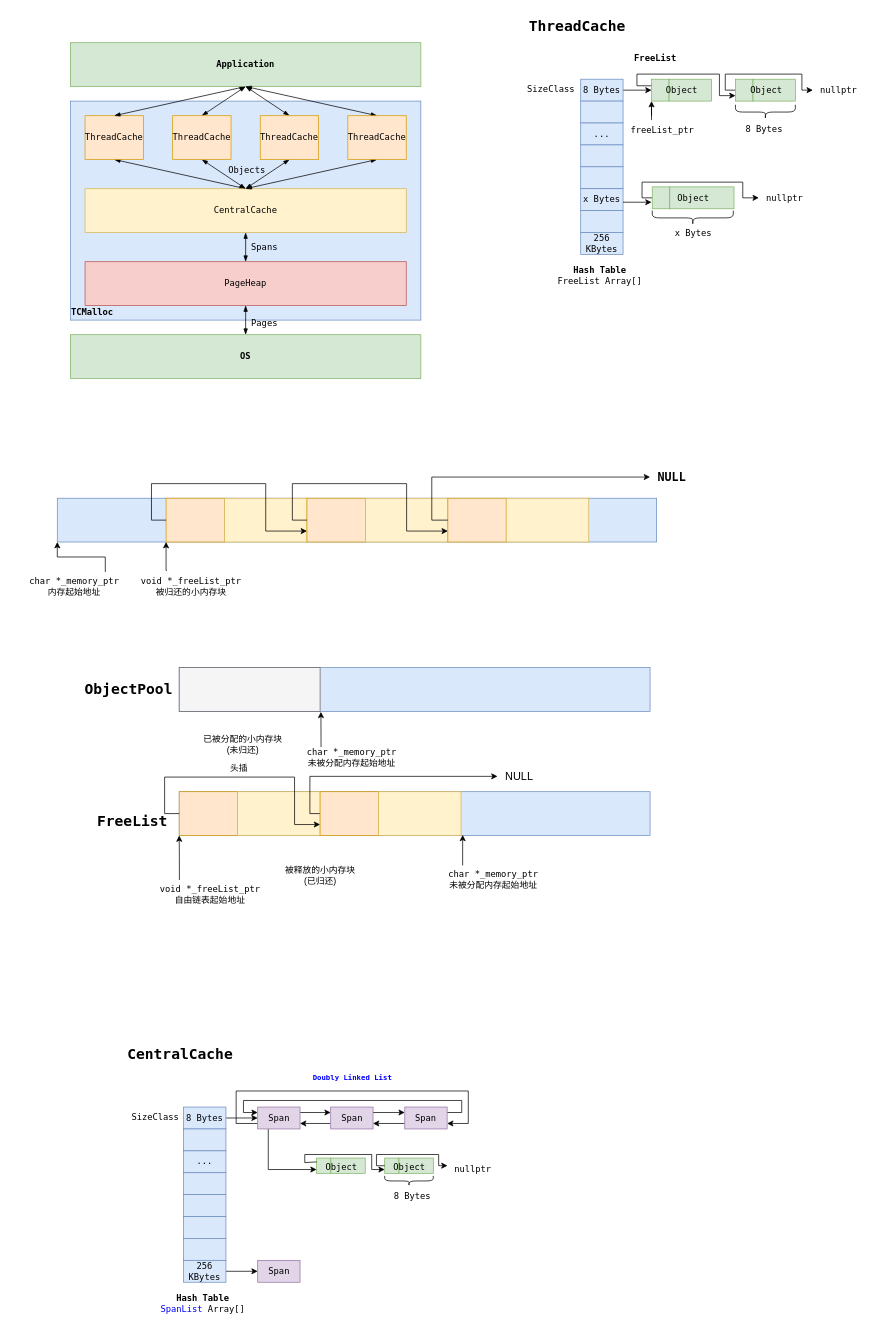
Earlier version of the draw.io diagram page "第 1 页" (1 of 2) of 算法/TCMalloc.drawio (xyshawy/DRAW). Source tidied: cells renumbered, new cells numbered last; positions are measured from the earlier drawing's top-left corner, leaving out a move shared by most shapes. Both pictures are drawn from the tidied source at 73%, with x=0, y=0 at pixel (12, 12).
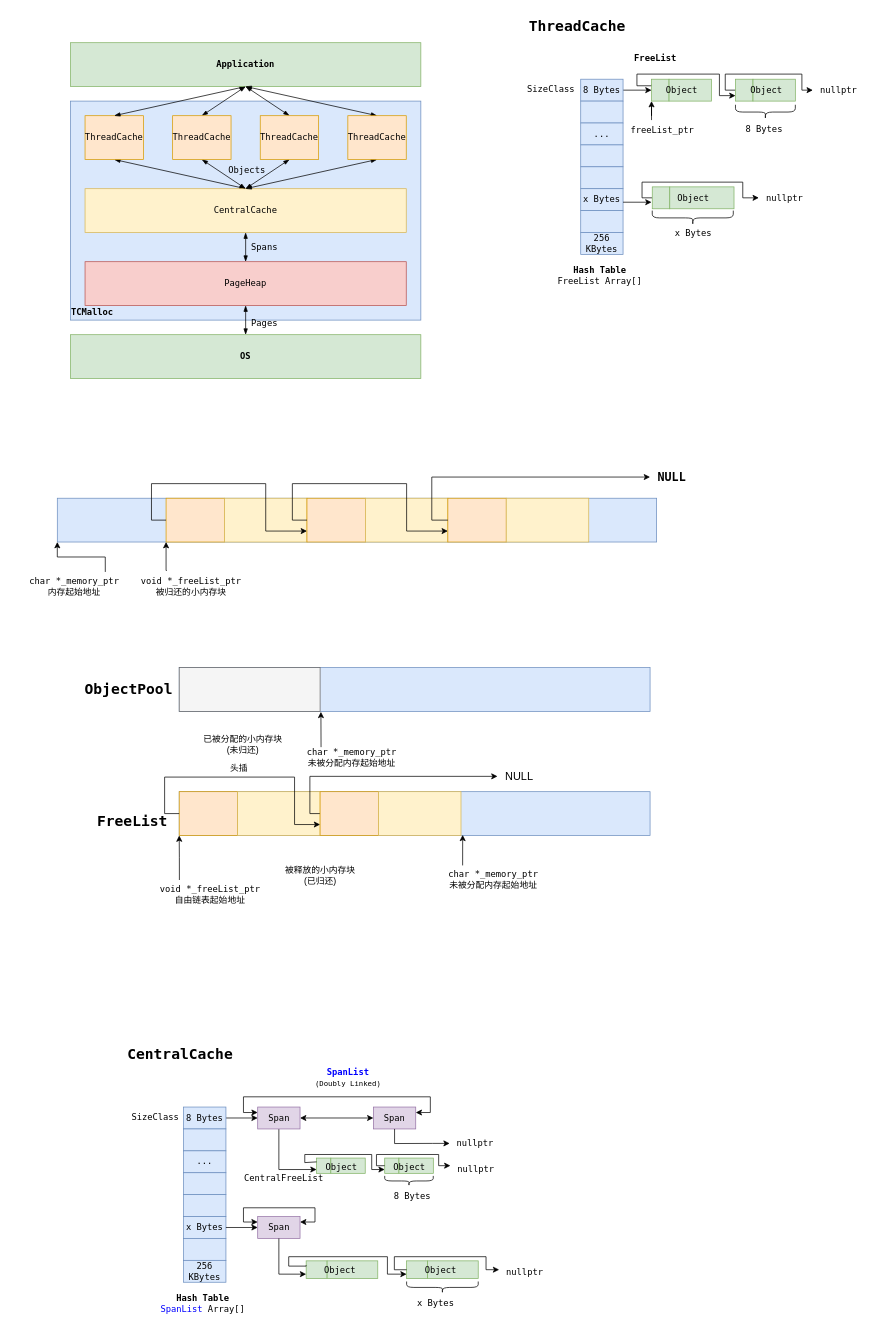
After the change.

Unchanged cells that the change refers to:
```xml
<mxCell id="104" value="256 KBytes" style="rounded=0;whiteSpace=wrap;html=1;fontFamily=Lucida Console;fillColor=#dae8fc;strokeColor=#6c8ebf;direction=south;" parent="1" vertex="1">
  <mxGeometry x="234" y="1709" width="58" height="30" as="geometry" />
</mxCell>
<mxCell id="111" value="Span" style="rounded=0;whiteSpace=wrap;html=1;fontFamily=Lucida Console;fillColor=#e1d5e7;strokeColor=#9673a6;direction=south;" parent="1" vertex="1">
  <mxGeometry x="335.5" y="1499" width="58" height="30" as="geometry" />
</mxCell>
<mxCell id="119" style="rounded=0;whiteSpace=wrap;html=1;fontFamily=Lucida Console;fillColor=#d5e8d4;strokeColor=#82b366;direction=south;" parent="118" vertex="1">
  <mxGeometry x="16.2" y="4.9" width="19.5" height="20.9" as="geometry" />
</mxCell>
```

What changed in the source:
```diff
@@
-    <mxCell id="101" style="rounded=0;whiteSpace=wrap;html=1;fontFamily=Lucida Console;fillColor=#dae8fc;strokeColor=#6c8ebf;direction=south;" parent="1" vertex="1">
+    <mxCell id="101" value="x Bytes" style="rounded=0;whiteSpace=wrap;html=1;fontFamily=Lucida Console;fillColor=#dae8fc;strokeColor=#6c8ebf;direction=south;" parent="1" vertex="1">
       <mxGeometry x="234" y="1649" width="58" height="30" as="geometry" />
     </mxCell>
@@
-    <mxCell id="103" style="edgeStyle=orthogonalEdgeStyle;rounded=0;jettySize=auto;html=1;exitX=0.5;exitY=0;exitDx=0;exitDy=0;" parent="1" edge="1" source="104" target="131">
+    <mxCell id="103" style="edgeStyle=orthogonalEdgeStyle;rounded=0;jettySize=auto;html=1;exitX=0.5;exitY=0;exitDx=0;exitDy=0;" parent="1" edge="1" source="101" target="131">
       <mxGeometry relative="1" as="geometry" />
     </mxCell>
@@
-    <mxCell id="105" value="&lt;font face=&quot;Lucida Console&quot;&gt;&lt;b&gt;Hash Table&lt;/b&gt;&lt;br&gt;&lt;font color=&quot;#0000ff&quot;&gt;SpanList &lt;/font&gt;Array[]&lt;/font&gt;" style="text;html=1;align=center;verticalAlign=middle;strokeColor=none;fillColor=none;" parent="1" vertex="1">
+    <mxCell id="105" value="&lt;font face=&quot;Lucida Console&quot;&gt;&lt;b&gt;Hash Table&lt;/b&gt;&lt;br&gt;&lt;/font&gt;&lt;span style=&quot;border-color: var(--border-color); color: rgb(0, 0, 255); font-family: &amp;quot;Lucida Console&amp;quot;;&quot;&gt;SpanList&lt;/span&gt;&lt;font face=&quot;Lucida Console&quot;&gt;&lt;font color=&quot;#0000ff&quot;&gt;&amp;nbsp;&lt;/font&gt;Array[]&lt;/font&gt;" style="text;html=1;align=center;verticalAlign=middle;strokeColor=none;fillColor=none;" parent="1" vertex="1">
       <mxGeometry x="193" y="1747" width="134" height="42" as="geometry" />
     </mxCell>
@@
-    <mxCell id="107" value="&lt;font color=&quot;#0000ff&quot; size=&quot;1&quot; face=&quot;Lucida Console&quot;&gt;&lt;b&gt;Doubly Linked List&lt;/b&gt;&lt;/font&gt;" style="text;html=1;align=center;verticalAlign=middle;strokeColor=none;fillColor=none;" parent="1" vertex="1">
-      <mxGeometry x="389" y="1444" width="152" height="27" as="geometry" />
+    <mxCell id="107" value="&lt;b style=&quot;border-color: var(--border-color); color: rgb(0, 0, 255); font-family: &amp;quot;Lucida Console&amp;quot;;&quot;&gt;SpanList&lt;br&gt;&lt;/b&gt;&lt;font size=&quot;1&quot; face=&quot;Lucida Console&quot;&gt;(Doubly Linked)&lt;/font&gt;" style="text;html=1;align=center;verticalAlign=middle;strokeColor=none;fillColor=none;" parent="1" vertex="1">
+      <mxGeometry x="395.5" y="1438" width="126" height="42" as="geometry" />
     </mxCell>
-    <mxCell id="108" style="edgeStyle=orthogonalEdgeStyle;rounded=0;jettySize=auto;html=1;exitX=0.25;exitY=0;exitDx=0;exitDy=0;entryX=0.25;entryY=1;entryDx=0;entryDy=0;" parent="1" edge="1" source="111" target="114">
-      <mxGeometry relative="1" as="geometry" />
-    </mxCell>
+    <mxCell id="110" style="edgeStyle=orthogonalEdgeStyle;rounded=0;jettySize=auto;html=1;exitX=1;exitY=0.5;exitDx=0;exitDy=0;entryX=0.75;entryY=1;entryDx=0;entryDy=0;" parent="1" edge="1" source="111" target="119">
+      <mxGeometry relative="1" as="geometry" />
+    </mxCell>
-    <mxCell id="109" style="edgeStyle=orthogonalEdgeStyle;rounded=0;jettySize=auto;html=1;exitX=0.75;exitY=1;exitDx=0;exitDy=0;entryX=0.75;entryY=0;entryDx=0;entryDy=0;" parent="1" edge="1" source="111" target="117">
-      <mxGeometry relative="1" as="geometry">
-        <Array as="points">
-          <mxPoint x="306" y="1522" />
-          <mxPoint x="306" y="1477" />
-          <mxPoint x="624" y="1477" />
-          <mxPoint x="624" y="1522" />
-        </Array>
-      </mxGeometry>
+    <mxCell id="109" style="edgeStyle=orthogonalEdgeStyle;rounded=0;jettySize=auto;html=1;exitX=0.5;exitY=0;exitDx=0;exitDy=0;startArrow=classic;startFill=1;" parent="1" edge="1" source="111" target="117">
+      <mxGeometry relative="1" as="geometry" />
     </mxCell>
-    <mxCell id="110" style="edgeStyle=orthogonalEdgeStyle;rounded=0;jettySize=auto;html=1;exitX=1;exitY=0.75;exitDx=0;exitDy=0;entryX=0.75;entryY=1;entryDx=0;entryDy=0;" parent="1" edge="1" source="111" target="119">
-      <mxGeometry relative="1" as="geometry" />
-    </mxCell>
@@
-    <mxCell id="112" style="edgeStyle=orthogonalEdgeStyle;rounded=0;jettySize=auto;html=1;exitX=0.25;exitY=0;exitDx=0;exitDy=0;entryX=0.25;entryY=1;entryDx=0;entryDy=0;" parent="1" edge="1" source="114" target="117">
-      <mxGeometry relative="1" as="geometry" />
-    </mxCell>
-    <mxCell id="113" style="edgeStyle=orthogonalEdgeStyle;rounded=0;jettySize=auto;html=1;exitX=0.75;exitY=1;exitDx=0;exitDy=0;entryX=0.75;entryY=0;entryDx=0;entryDy=0;" parent="1" edge="1" source="114" target="111">
-      <mxGeometry relative="1" as="geometry" />
-    </mxCell>
-    <mxCell id="114" value="Span" style="rounded=0;whiteSpace=wrap;html=1;fontFamily=Lucida Console;fillColor=#e1d5e7;strokeColor=#9673a6;direction=south;" parent="1" vertex="1">
-      <mxGeometry x="435.5" y="1499" width="58" height="30" as="geometry" />
-    </mxCell>
-    <mxCell id="115" style="edgeStyle=orthogonalEdgeStyle;rounded=0;jettySize=auto;html=1;exitX=0.75;exitY=1;exitDx=0;exitDy=0;entryX=0.75;entryY=0;entryDx=0;entryDy=0;" parent="1" edge="1" source="117" target="114">
-      <mxGeometry relative="1" as="geometry" />
-    </mxCell>
-    <mxCell id="116" style="edgeStyle=orthogonalEdgeStyle;rounded=0;jettySize=auto;html=1;exitX=0.25;exitY=0;exitDx=0;exitDy=0;entryX=0.25;entryY=1;entryDx=0;entryDy=0;" parent="1" edge="1" source="117" target="111">
+    <mxCell id="116" style="edgeStyle=orthogonalEdgeStyle;rounded=0;jettySize=auto;html=1;exitX=0.25;exitY=0;exitDx=0;exitDy=0;entryX=0.25;entryY=1;entryDx=0;entryDy=0;startArrow=classic;startFill=1;" parent="1" edge="1" source="117" target="111">
       <mxGeometry relative="1" as="geometry">
         <Array as="points">
-          <mxPoint x="615" y="1507" />
-          <mxPoint x="615" y="1490" />
-          <mxPoint x="316" y="1490" />
-          <mxPoint x="316" y="1507" />
+          <mxPoint x="572" y="1506" />
+          <mxPoint x="572" y="1485" />
+          <mxPoint x="316" y="1485" />
+          <mxPoint x="316" y="1506" />
         </Array>
       </mxGeometry>
     </mxCell>
     <mxCell id="117" value="Span" style="rounded=0;whiteSpace=wrap;html=1;fontFamily=Lucida Console;fillColor=#e1d5e7;strokeColor=#9673a6;direction=south;" parent="1" vertex="1">
-      <mxGeometry x="537" y="1499" width="58" height="30" as="geometry" />
+      <mxGeometry x="494" y="1499" width="58" height="30" as="geometry" />
     </mxCell>
     <mxCell id="118" style="group;" parent="1" vertex="1">
-      <mxGeometry x="400" y="1564" width="251.5" height="62" as="geometry" />
+      <mxGeometry x="400" y="1564" width="264.5" height="65" as="geometry" />
     </mxCell>
@@
     <mxCell id="124" value="&lt;font face=&quot;Lucida Console&quot;&gt;nullptr&lt;/font&gt;" style="text;html=1;align=center;verticalAlign=middle;points=[];strokeColor=none;fillColor=none;" parent="118" vertex="1">
-      <mxGeometry x="195.5" y="6.3" width="69" height="27" as="geometry" />
+      <mxGeometry x="199.5" y="6.3" width="69" height="27" as="geometry" />
     </mxCell>
@@
+    <mxCell id="132" value="&lt;font face=&quot;Lucida Console&quot;&gt;nullptr&lt;/font&gt;" style="text;html=1;align=center;verticalAlign=middle;points=[];strokeColor=none;fillColor=none;" parent="118" vertex="1">
+      <mxGeometry x="198.5" y="-28.7" width="69" height="27" as="geometry" />
+    </mxCell>
@@
     <mxCell id="131" value="Span" style="rounded=0;whiteSpace=wrap;html=1;fontFamily=Lucida Console;fillColor=#e1d5e7;strokeColor=#9673a6;direction=south;" parent="1" vertex="1">
-      <mxGeometry x="335.5" y="1709" width="58" height="30" as="geometry" />
+      <mxGeometry x="335.5" y="1649" width="58" height="30" as="geometry" />
     </mxCell>
+    <mxCell id="133" style="edgeStyle=orthogonalEdgeStyle;rounded=0;jettySize=auto;html=1;entryX=1;entryY=0.5;entryDx=0;entryDy=0;startArrow=classic;startFill=1;endArrow=none;endFill=0;" parent="1" edge="1" source="132" target="117">
+      <mxGeometry relative="1" as="geometry" />
+    </mxCell>
+    <mxCell id="134" style="edgeStyle=orthogonalEdgeStyle;rounded=0;orthogonalLoop=1;jettySize=auto;html=1;exitX=0.25;exitY=1;exitDx=0;exitDy=0;entryX=0.25;entryY=0;entryDx=0;entryDy=0;startArrow=classic;startFill=1;" parent="1" edge="1" source="131" target="131">
+      <mxGeometry relative="1" as="geometry">
+        <Array as="points">
+          <mxPoint x="316" y="1657" />
+          <mxPoint x="316" y="1637" />
+          <mxPoint x="414" y="1637" />
+          <mxPoint x="414" y="1657" />
+        </Array>
+      </mxGeometry>
+    </mxCell>
+    <mxCell id="135" style="group;" parent="1" vertex="1">
+      <mxGeometry x="378" y="1704" width="390" height="77.2" as="geometry" />
+    </mxCell>
+    <mxCell id="136" style="rounded=0;whiteSpace=wrap;html=1;fontFamily=Lucida Console;fillColor=#d5e8d4;strokeColor=#82b366;direction=south;" parent="135" vertex="1">
+      <mxGeometry x="23.9" y="5.7" width="28.7" height="24.3" as="geometry" />
+    </mxCell>
+    <mxCell id="137" style="rounded=0;whiteSpace=wrap;html=1;fontFamily=Lucida Console;fillColor=#d5e8d4;strokeColor=#82b366;direction=south;" parent="135" vertex="1">
+      <mxGeometry x="52.6" y="5.7" width="69.4" height="24.3" as="geometry" />
+    </mxCell>
+    <mxCell id="138" style="rounded=0;whiteSpace=wrap;html=1;fontFamily=Lucida Console;fillColor=#d5e8d4;strokeColor=#82b366;direction=south;" parent="135" vertex="1">
+      <mxGeometry x="161.5" y="5.7" width="28.7" height="24.3" as="geometry" />
+    </mxCell>
+    <mxCell id="139" style="edgeStyle=orthogonalEdgeStyle;rounded=0;jettySize=auto;html=1;exitX=0.25;exitY=1;exitDx=0;exitDy=0;entryX=0.75;entryY=1;entryDx=0;entryDy=0;" parent="135" edge="1" source="136" target="138">
+      <mxGeometry relative="1" as="geometry">
+        <Array as="points">
+          <mxPoint x="23.9" y="12.9" />
+          <mxPoint y="12.9" />
+          <mxPoint />
+          <mxPoint x="135.2" />
+          <mxPoint x="135.2" y="24.3" />
+        </Array>
+      </mxGeometry>
+    </mxCell>
+    <mxCell id="140" style="rounded=0;whiteSpace=wrap;html=1;fontFamily=Lucida Console;fillColor=#d5e8d4;strokeColor=#82b366;direction=south;" parent="135" vertex="1">
+      <mxGeometry x="190.2" y="5.7" width="69.4" height="24.3" as="geometry" />
+    </mxCell>
+    <mxCell id="141" value="&lt;font face=&quot;Lucida Console&quot;&gt;nullptr&lt;/font&gt;" style="text;html=1;align=center;verticalAlign=middle;points=[];strokeColor=none;fillColor=none;" parent="135" vertex="1">
+      <mxGeometry x="288.3" y="7.3" width="69" height="27" as="geometry" />
+    </mxCell>
+    <mxCell id="142" style="edgeStyle=orthogonalEdgeStyle;rounded=0;jettySize=auto;html=1;exitX=0.5;exitY=1;exitDx=0;exitDy=0;" parent="135" edge="1" source="138" target="141">
+      <mxGeometry relative="1" as="geometry">
+        <Array as="points">
+          <mxPoint x="144.7" y="17.8" />
+          <mxPoint x="144.7" />
+          <mxPoint x="270.3" />
+          <mxPoint x="270.3" y="17.8" />
+        </Array>
+      </mxGeometry>
+    </mxCell>
+    <mxCell id="143" style="shape=curlyBracket;whiteSpace=wrap;html=1;rounded=1;flipH=1;labelPosition=right;verticalLabelPosition=middle;align=left;verticalAlign=middle;direction=north;" parent="135" vertex="1">
+      <mxGeometry x="161.5" y="34" width="98.1" height="16.2" as="geometry" />
+    </mxCell>
+    <mxCell id="144" value="&lt;font face=&quot;Lucida Console&quot;&gt;x Bytes&lt;/font&gt;" style="text;html=1;align=center;verticalAlign=middle;strokeColor=none;fillColor=none;" parent="135" vertex="1">
+      <mxGeometry x="166.3" y="50.2" width="69" height="27" as="geometry" />
+    </mxCell>
+    <mxCell id="145" value="&lt;font face=&quot;Lucida Console&quot;&gt;Object&lt;/font&gt;" style="text;html=1;align=center;verticalAlign=middle;strokeColor=none;fillColor=none;" parent="135" vertex="1">
+      <mxGeometry x="177" y="5.7" width="61" height="27" as="geometry" />
+    </mxCell>
+    <mxCell id="146" value="&lt;font face=&quot;Lucida Console&quot;&gt;Object&lt;/font&gt;" style="text;html=1;align=center;verticalAlign=middle;strokeColor=none;fillColor=none;" parent="135" vertex="1">
+      <mxGeometry x="39" y="5.7" width="61" height="27" as="geometry" />
+    </mxCell>
+    <mxCell id="147" style="edgeStyle=orthogonalEdgeStyle;rounded=0;jettySize=auto;html=1;exitX=0.75;exitY=1;exitDx=0;exitDy=0;entryX=1;entryY=0.5;entryDx=0;entryDy=0;startArrow=classic;startFill=1;endArrow=none;endFill=0;" parent="1" edge="1" source="136" target="131">
+      <mxGeometry relative="1" as="geometry" />
+    </mxCell>
+    <mxCell id="148" value="&lt;span style=&quot;border-color: var(--border-color); font-family: &amp;quot;Lucida Console&amp;quot;;&quot;&gt;CentralFreeList&lt;/span&gt;" style="text;html=1;align=center;verticalAlign=middle;strokeColor=none;fillColor=none;" parent="1" vertex="1">
+      <mxGeometry x="308" y="1583" width="126" height="27" as="geometry" />
+    </mxCell>
```
